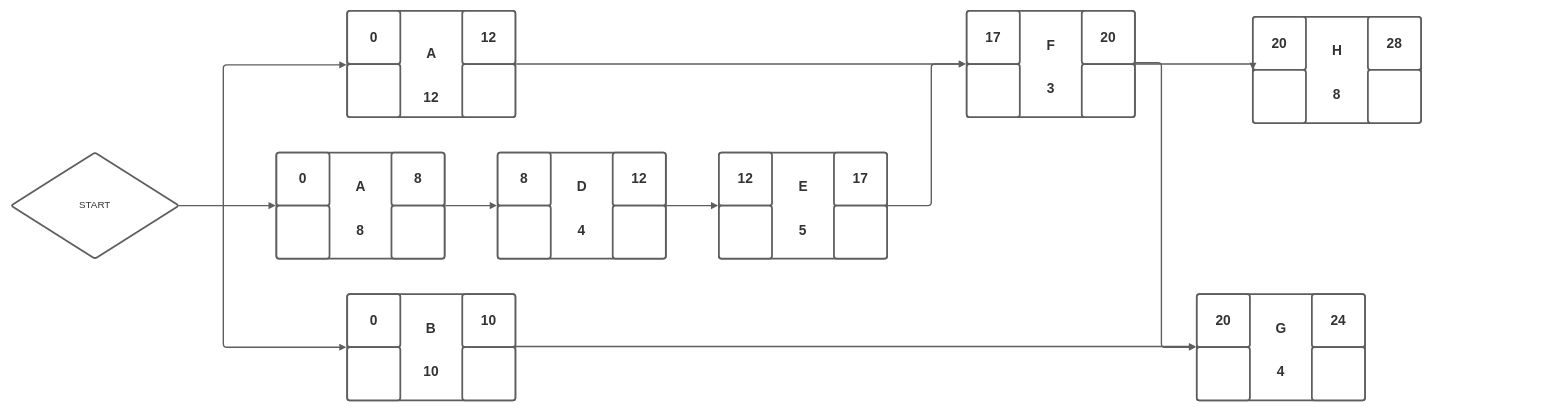
Above: CriticalPath.drawio in AlejandroAlvarezCastro/HelloGit (draw.io), before the change. Source tidied: cells renumbered, new cells numbered last; positions are measured from the earlier drawing's top-left corner, leaving out a move shared by most shapes. Both pictures are drawn from the tidied source at 59%, with x=0, y=0 at pixel (11, 11).
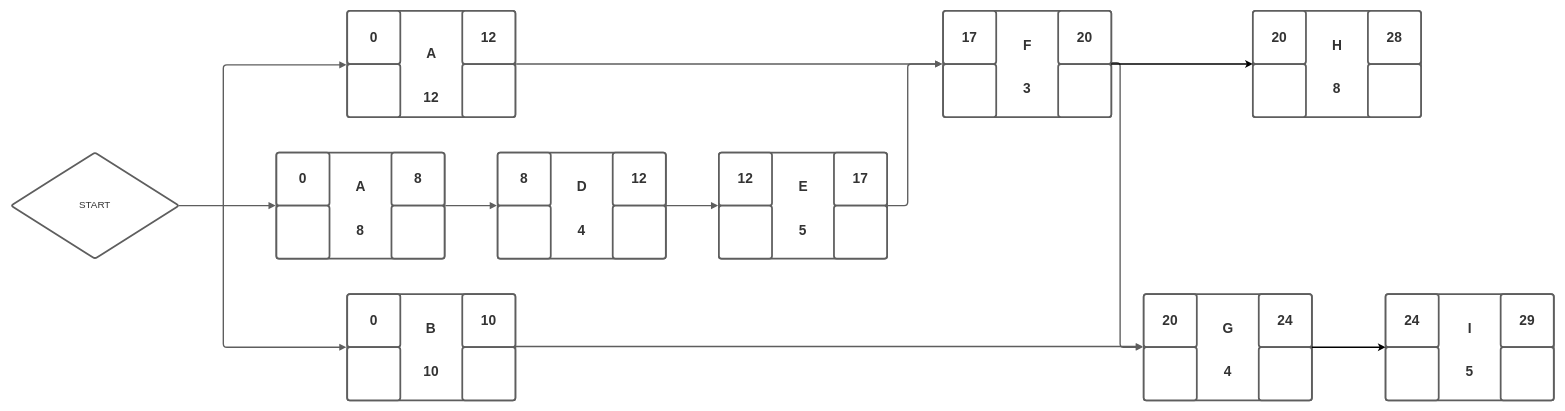
Above is the later version.

Unchanged cells that the change refers to:
```xml
<mxCell id="25" style="html=1;overflow=block;blockSpacing=1;whiteSpace=wrap;fontSize=13;align=center;spacing=9;strokeColor=#5e5e5e;strokeOpacity=100;rounded=1;absoluteArcSize=1;arcSize=9;strokeWidth=3;lucidId=AzRT2ArTdRl3;" parent="1" vertex="1">
  <mxGeometry x="1200" y="240" width="285" height="180" as="geometry" />
</mxCell>
```

Change to the diagram source:
```diff
@@
     <mxCell id="34" style="html=1;overflow=block;blockSpacing=1;whiteSpace=wrap;fontSize=13;align=center;spacing=9;strokeColor=#5e5e5e;strokeOpacity=100;rounded=1;absoluteArcSize=1;arcSize=9;strokeWidth=3;lucidId=uBRT4KdpWdFJ;" parent="1" vertex="1">
-      <mxGeometry x="1620" width="285" height="180" as="geometry" />
+      <mxGeometry x="1580" width="285" height="180" as="geometry" />
     </mxCell>
     <mxCell id="35" value="17" style="html=1;overflow=block;blockSpacing=1;whiteSpace=wrap;fontSize=23.3;fontColor=#333333;fontStyle=1;align=center;spacing=3.8;strokeColor=#5e5e5e;strokeOpacity=100;rounded=1;absoluteArcSize=1;arcSize=9;strokeWidth=3;lucidId=uBRTCBha4Ch3;" parent="1" vertex="1">
-      <mxGeometry x="1620" width="90" height="90" as="geometry" />
+      <mxGeometry x="1580" width="90" height="90" as="geometry" />
     </mxCell>
     <mxCell id="36" style="html=1;overflow=block;blockSpacing=1;whiteSpace=wrap;fontSize=13;align=center;spacing=3.8;strokeColor=#5e5e5e;strokeOpacity=100;rounded=1;absoluteArcSize=1;arcSize=9;strokeWidth=3;lucidId=uBRTDxuheoRq;" parent="1" vertex="1">
-      <mxGeometry x="1620" y="90" width="90" height="90" as="geometry" />
+      <mxGeometry x="1580" y="90" width="90" height="90" as="geometry" />
     </mxCell>
     <mxCell id="37" value="20" style="html=1;overflow=block;blockSpacing=1;whiteSpace=wrap;fontSize=23.3;fontColor=#333333;fontStyle=1;align=center;spacing=3.8;strokeColor=#5e5e5e;strokeOpacity=100;rounded=1;absoluteArcSize=1;arcSize=9;strokeWidth=3;lucidId=uBRT~E3eFCxZ;" parent="1" vertex="1">
-      <mxGeometry x="1815" width="90" height="90" as="geometry" />
+      <mxGeometry x="1775" width="90" height="90" as="geometry" />
     </mxCell>
     <mxCell id="38" style="html=1;overflow=block;blockSpacing=1;whiteSpace=wrap;fontSize=13;align=center;spacing=3.8;strokeColor=#5e5e5e;strokeOpacity=100;rounded=1;absoluteArcSize=1;arcSize=9;strokeWidth=3;lucidId=uBRTGc5oTUye;" parent="1" vertex="1">
-      <mxGeometry x="1815" y="90" width="90" height="90" as="geometry" />
+      <mxGeometry x="1775" y="90" width="90" height="90" as="geometry" />
     </mxCell>
     <mxCell id="39" value="3" style="html=1;overflow=block;blockSpacing=1;whiteSpace=wrap;fontSize=23.3;fontColor=#333333;fontStyle=1;align=center;spacing=3.8;strokeOpacity=0;fillOpacity=0;rounded=1;absoluteArcSize=1;arcSize=9;fillColor=#ffffff;strokeWidth=2.3;lucidId=uBRTRFf5I9ww;" parent="1" vertex="1">
-      <mxGeometry x="1710" y="105" width="105" height="53" as="geometry" />
+      <mxGeometry x="1670" y="105" width="105" height="53" as="geometry" />
     </mxCell>
     <mxCell id="40" value="F" style="html=1;overflow=block;blockSpacing=1;whiteSpace=wrap;fontSize=23.3;fontColor=#333333;fontStyle=1;align=center;spacing=3.8;strokeOpacity=0;fillOpacity=0;rounded=1;absoluteArcSize=1;arcSize=9;fillColor=#ffffff;strokeWidth=2.3;lucidId=uBRTtDppB0b5;" parent="1" vertex="1">
-      <mxGeometry x="1718" y="26" width="90" height="64" as="geometry" />
+      <mxGeometry x="1678" y="26" width="90" height="64" as="geometry" />
     </mxCell>
@@
     <mxCell id="51" style="html=1;jettySize=18;whiteSpace=wrap;fontSize=13;strokeColor=#5E5E5E;strokeWidth=2.3;rounded=1;arcSize=12;edgeStyle=orthogonalEdgeStyle;startArrow=none;endArrow=block;endFill=1;exitX=1.005;exitY=0.5;exitPerimeter=0;entryX=-0.005;entryY=0.5;entryPerimeter=0;lucidId=ZFRTxtF5FFh7;" parent="1" edge="1" source="25" target="34">
       <mxGeometry relative="1" as="geometry">
         <Array as="points">
-          <mxPoint x="1560" y="330" />
-          <mxPoint x="1560" y="90" />
+          <mxPoint x="1520" y="330" />
+          <mxPoint x="1520" y="90" />
         </Array>
       </mxGeometry>
     </mxCell>
     <mxCell id="52" style="html=1;jettySize=18;whiteSpace=wrap;fontSize=13;strokeColor=#5E5E5E;strokeWidth=2.3;rounded=1;arcSize=12;edgeStyle=orthogonalEdgeStyle;startArrow=none;endArrow=block;endFill=1;exitX=1.011;exitY=0.976;exitPerimeter=0;entryX=-0.005;entryY=0.5;entryPerimeter=0;lucidId=dGRTi9PgwTOv;" parent="1" edge="1" source="37" target="53">
       <mxGeometry relative="1" as="geometry">
         <Array as="points">
-          <mxPoint x="1950" y="88" />
-          <mxPoint x="1950" y="570" />
+          <mxPoint x="1880" y="88" />
+          <mxPoint x="1880" y="570" />
         </Array>
       </mxGeometry>
     </mxCell>
     <mxCell id="53" style="html=1;overflow=block;blockSpacing=1;whiteSpace=wrap;fontSize=13;align=center;spacing=9;strokeColor=#5e5e5e;strokeOpacity=100;rounded=1;absoluteArcSize=1;arcSize=9;strokeWidth=3;lucidId=rGRTGnR4WyiP;" parent="1" vertex="1">
-      <mxGeometry x="2010" y="480" width="285" height="180" as="geometry" />
+      <mxGeometry x="1920" y="480" width="285" height="180" as="geometry" />
     </mxCell>
     <mxCell id="54" value="20" style="html=1;overflow=block;blockSpacing=1;whiteSpace=wrap;fontSize=23.3;fontColor=#333333;fontStyle=1;align=center;spacing=3.8;strokeColor=#5e5e5e;strokeOpacity=100;rounded=1;absoluteArcSize=1;arcSize=9;strokeWidth=3;lucidId=rGRT0TPLAfWL;" parent="1" vertex="1">
-      <mxGeometry x="2010" y="480" width="90" height="90" as="geometry" />
+      <mxGeometry x="1920" y="480" width="90" height="90" as="geometry" />
     </mxCell>
     <mxCell id="55" style="html=1;overflow=block;blockSpacing=1;whiteSpace=wrap;fontSize=13;align=center;spacing=3.8;strokeColor=#5e5e5e;strokeOpacity=100;rounded=1;absoluteArcSize=1;arcSize=9;strokeWidth=3;lucidId=rGRTEQNN2Po0;" parent="1" vertex="1">
-      <mxGeometry x="2010" y="570" width="90" height="90" as="geometry" />
+      <mxGeometry x="1920" y="570" width="90" height="90" as="geometry" />
     </mxCell>
     <mxCell id="56" value="24" style="html=1;overflow=block;blockSpacing=1;whiteSpace=wrap;fontSize=23.3;fontColor=#333333;fontStyle=1;align=center;spacing=3.8;strokeColor=#5e5e5e;strokeOpacity=100;rounded=1;absoluteArcSize=1;arcSize=9;strokeWidth=3;lucidId=rGRTZUoePzDH;" parent="1" vertex="1">
-      <mxGeometry x="2205" y="480" width="90" height="90" as="geometry" />
+      <mxGeometry x="2115" y="480" width="90" height="90" as="geometry" />
     </mxCell>
     <mxCell id="57" style="html=1;overflow=block;blockSpacing=1;whiteSpace=wrap;fontSize=13;align=center;spacing=3.8;strokeColor=#5e5e5e;strokeOpacity=100;rounded=1;absoluteArcSize=1;arcSize=9;strokeWidth=3;lucidId=rGRTJUYSi73s;" parent="1" vertex="1">
-      <mxGeometry x="2205" y="570" width="90" height="90" as="geometry" />
+      <mxGeometry x="2115" y="570" width="90" height="90" as="geometry" />
     </mxCell>
     <mxCell id="58" value="4" style="html=1;overflow=block;blockSpacing=1;whiteSpace=wrap;fontSize=23.3;fontColor=#333333;fontStyle=1;align=center;spacing=3.8;strokeOpacity=0;fillOpacity=0;rounded=1;absoluteArcSize=1;arcSize=9;fillColor=#ffffff;strokeWidth=2.3;lucidId=rGRTImpZKSvA;" parent="1" vertex="1">
-      <mxGeometry x="2100" y="585" width="105" height="53" as="geometry" />
+      <mxGeometry x="2010" y="585" width="105" height="53" as="geometry" />
     </mxCell>
     <mxCell id="59" value="G" style="html=1;overflow=block;blockSpacing=1;whiteSpace=wrap;fontSize=23.3;fontColor=#333333;fontStyle=1;align=center;spacing=3.8;strokeOpacity=0;fillOpacity=0;rounded=1;absoluteArcSize=1;arcSize=9;fillColor=#ffffff;strokeWidth=2.3;lucidId=rGRTRjvnVTL.;" parent="1" vertex="1">
-      <mxGeometry x="2108" y="506" width="90" height="64" as="geometry" />
+      <mxGeometry x="2018" y="506" width="90" height="64" as="geometry" />
     </mxCell>
@@
     <mxCell id="61" style="html=1;overflow=block;blockSpacing=1;whiteSpace=wrap;fontSize=13;align=center;spacing=9;strokeColor=#5e5e5e;strokeOpacity=100;rounded=1;absoluteArcSize=1;arcSize=9;strokeWidth=3;lucidId=rGRTGnR4WyiP;" parent="1" vertex="1">
-      <mxGeometry x="2105" y="10" width="285" height="180" as="geometry" />
+      <mxGeometry x="2105" width="285" height="180" as="geometry" />
     </mxCell>
     <mxCell id="62" value="20" style="html=1;overflow=block;blockSpacing=1;whiteSpace=wrap;fontSize=23.3;fontColor=#333333;fontStyle=1;align=center;spacing=3.8;strokeColor=#5e5e5e;strokeOpacity=100;rounded=1;absoluteArcSize=1;arcSize=9;strokeWidth=3;lucidId=rGRT0TPLAfWL;" parent="1" vertex="1">
-      <mxGeometry x="2105" y="10" width="90" height="90" as="geometry" />
+      <mxGeometry x="2105" width="90" height="90" as="geometry" />
     </mxCell>
     <mxCell id="63" style="html=1;overflow=block;blockSpacing=1;whiteSpace=wrap;fontSize=13;align=center;spacing=3.8;strokeColor=#5e5e5e;strokeOpacity=100;rounded=1;absoluteArcSize=1;arcSize=9;strokeWidth=3;lucidId=rGRTEQNN2Po0;" parent="1" vertex="1">
-      <mxGeometry x="2105" y="100" width="90" height="90" as="geometry" />
+      <mxGeometry x="2105" y="90" width="90" height="90" as="geometry" />
     </mxCell>
     <mxCell id="64" value="28" style="html=1;overflow=block;blockSpacing=1;whiteSpace=wrap;fontSize=23.3;fontColor=#333333;fontStyle=1;align=center;spacing=3.8;strokeColor=#5e5e5e;strokeOpacity=100;rounded=1;absoluteArcSize=1;arcSize=9;strokeWidth=3;lucidId=rGRTZUoePzDH;" parent="1" vertex="1">
-      <mxGeometry x="2300" y="10" width="90" height="90" as="geometry" />
+      <mxGeometry x="2300" width="90" height="90" as="geometry" />
     </mxCell>
     <mxCell id="65" style="html=1;overflow=block;blockSpacing=1;whiteSpace=wrap;fontSize=13;align=center;spacing=3.8;strokeColor=#5e5e5e;strokeOpacity=100;rounded=1;absoluteArcSize=1;arcSize=9;strokeWidth=3;lucidId=rGRTJUYSi73s;" parent="1" vertex="1">
-      <mxGeometry x="2300" y="100" width="90" height="90" as="geometry" />
+      <mxGeometry x="2300" y="90" width="90" height="90" as="geometry" />
     </mxCell>
     <mxCell id="66" value="8" style="html=1;overflow=block;blockSpacing=1;whiteSpace=wrap;fontSize=23.3;fontColor=#333333;fontStyle=1;align=center;spacing=3.8;strokeOpacity=0;fillOpacity=0;rounded=1;absoluteArcSize=1;arcSize=9;fillColor=#ffffff;strokeWidth=2.3;lucidId=rGRTImpZKSvA;" parent="1" vertex="1">
-      <mxGeometry x="2195" y="115" width="105" height="53" as="geometry" />
+      <mxGeometry x="2195" y="105" width="105" height="53" as="geometry" />
     </mxCell>
     <mxCell id="67" value="H" style="html=1;overflow=block;blockSpacing=1;whiteSpace=wrap;fontSize=23.3;fontColor=#333333;fontStyle=1;align=center;spacing=3.8;strokeOpacity=0;fillOpacity=0;rounded=1;absoluteArcSize=1;arcSize=9;fillColor=#ffffff;strokeWidth=2.3;lucidId=rGRTRjvnVTL.;" parent="1" vertex="1">
-      <mxGeometry x="2203" y="36" width="90" height="64" as="geometry" />
+      <mxGeometry x="2203" y="26" width="90" height="64" as="geometry" />
     </mxCell>
-    <mxCell id="68" style="html=1;jettySize=18;whiteSpace=wrap;fontSize=13;strokeColor=#5E5E5E;strokeWidth=2.3;rounded=1;arcSize=12;edgeStyle=orthogonalEdgeStyle;startArrow=none;endArrow=block;endFill=1;exitX=1;exitY=0;entryX=0;entryY=1;lucidId=TART6_8zkuHI;exitDx=0;exitDy=0;entryDx=0;entryDy=0;" parent="1" edge="1" source="38" target="62">
-      <mxGeometry relative="1" as="geometry">
-        <Array as="points">
-          <mxPoint x="2105" y="90" />
-        </Array>
-      </mxGeometry>
-    </mxCell>
+    <mxCell id="69" style="endArrow=classic;html=1;rounded=0;exitX=1;exitY=1;exitDx=0;exitDy=0;entryX=0;entryY=1;entryDx=0;entryDy=0;strokeWidth=2.3;" parent="1" edge="1" source="37" target="62">
+      <mxGeometry relative="1" as="geometry" />
+    </mxCell>
+    <mxCell id="70" style="html=1;overflow=block;blockSpacing=1;whiteSpace=wrap;fontSize=13;align=center;spacing=9;strokeColor=#5e5e5e;strokeOpacity=100;rounded=1;absoluteArcSize=1;arcSize=9;strokeWidth=3;lucidId=rGRTGnR4WyiP;" parent="1" vertex="1">
+      <mxGeometry x="2330" y="480" width="285" height="180" as="geometry" />
+    </mxCell>
+    <mxCell id="71" value="24" style="html=1;overflow=block;blockSpacing=1;whiteSpace=wrap;fontSize=23.3;fontColor=#333333;fontStyle=1;align=center;spacing=3.8;strokeColor=#5e5e5e;strokeOpacity=100;rounded=1;absoluteArcSize=1;arcSize=9;strokeWidth=3;lucidId=rGRT0TPLAfWL;" parent="1" vertex="1">
+      <mxGeometry x="2330" y="480" width="90" height="90" as="geometry" />
+    </mxCell>
+    <mxCell id="72" style="html=1;overflow=block;blockSpacing=1;whiteSpace=wrap;fontSize=13;align=center;spacing=3.8;strokeColor=#5e5e5e;strokeOpacity=100;rounded=1;absoluteArcSize=1;arcSize=9;strokeWidth=3;lucidId=rGRTEQNN2Po0;" parent="1" vertex="1">
+      <mxGeometry x="2330" y="570" width="90" height="90" as="geometry" />
+    </mxCell>
+    <mxCell id="73" value="29" style="html=1;overflow=block;blockSpacing=1;whiteSpace=wrap;fontSize=23.3;fontColor=#333333;fontStyle=1;align=center;spacing=3.8;strokeColor=#5e5e5e;strokeOpacity=100;rounded=1;absoluteArcSize=1;arcSize=9;strokeWidth=3;lucidId=rGRTZUoePzDH;" parent="1" vertex="1">
+      <mxGeometry x="2525" y="480" width="90" height="90" as="geometry" />
+    </mxCell>
+    <mxCell id="74" style="html=1;overflow=block;blockSpacing=1;whiteSpace=wrap;fontSize=13;align=center;spacing=3.8;strokeColor=#5e5e5e;strokeOpacity=100;rounded=1;absoluteArcSize=1;arcSize=9;strokeWidth=3;lucidId=rGRTJUYSi73s;" parent="1" vertex="1">
+      <mxGeometry x="2525" y="570" width="90" height="90" as="geometry" />
+    </mxCell>
+    <mxCell id="75" value="5" style="html=1;overflow=block;blockSpacing=1;whiteSpace=wrap;fontSize=23.3;fontColor=#333333;fontStyle=1;align=center;spacing=3.8;strokeOpacity=0;fillOpacity=0;rounded=1;absoluteArcSize=1;arcSize=9;fillColor=#ffffff;strokeWidth=2.3;lucidId=rGRTImpZKSvA;" parent="1" vertex="1">
+      <mxGeometry x="2420" y="585" width="105" height="53" as="geometry" />
+    </mxCell>
+    <mxCell id="76" value="I" style="html=1;overflow=block;blockSpacing=1;whiteSpace=wrap;fontSize=23.3;fontColor=#333333;fontStyle=1;align=center;spacing=3.8;strokeOpacity=0;fillOpacity=0;rounded=1;absoluteArcSize=1;arcSize=9;fillColor=#ffffff;strokeWidth=2.3;lucidId=rGRTRjvnVTL.;" parent="1" vertex="1">
+      <mxGeometry x="2428" y="506" width="90" height="64" as="geometry" />
+    </mxCell>
+    <mxCell id="77" style="endArrow=classic;html=1;rounded=0;exitX=1;exitY=1;exitDx=0;exitDy=0;entryX=0;entryY=1;entryDx=0;entryDy=0;strokeWidth=2.3;" parent="1" edge="1" source="56" target="71">
+      <mxGeometry relative="1" as="geometry" />
+    </mxCell>
```
